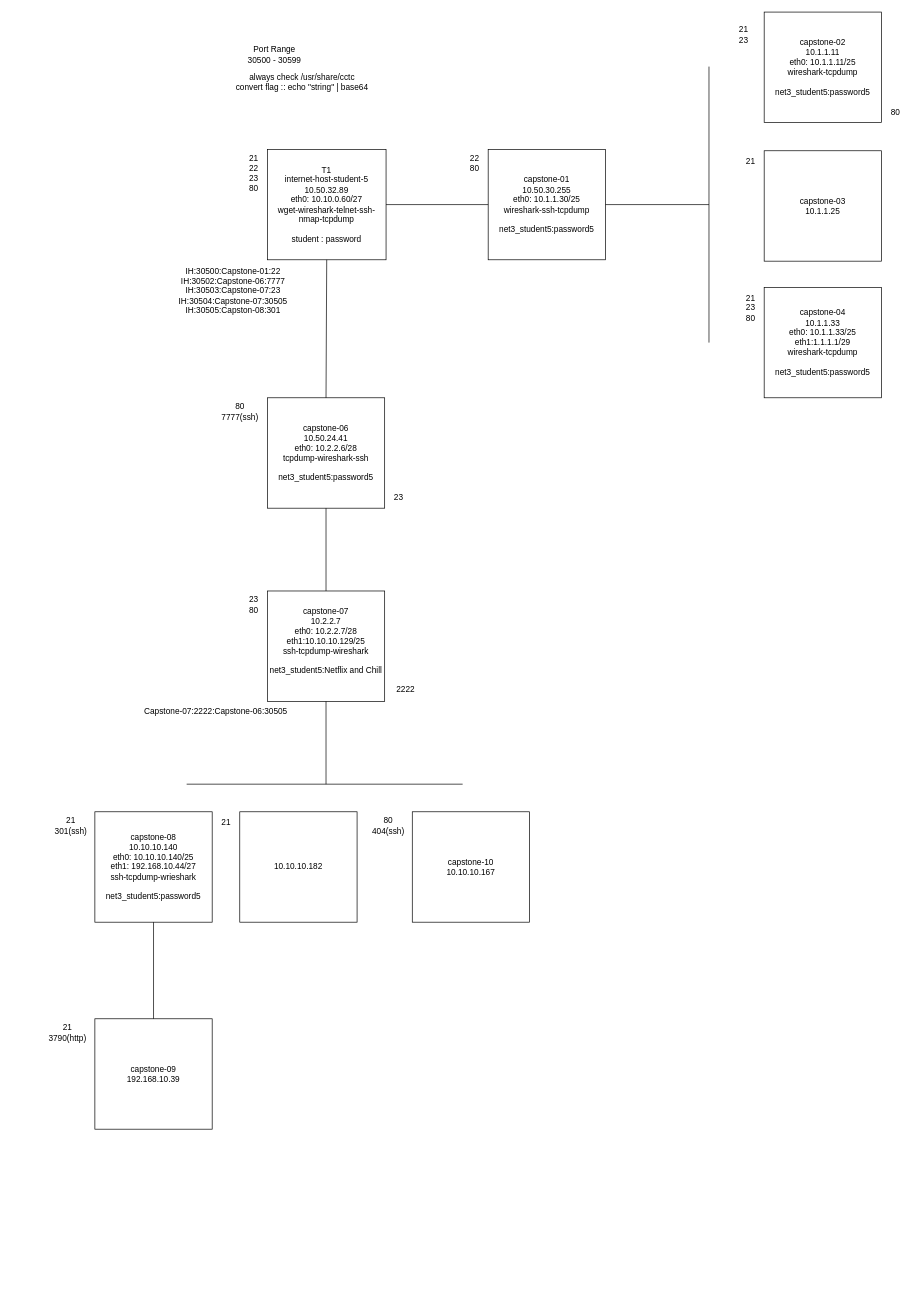
The draw.io diagram page "Page-5" (5 of 5) of Networking/Greenberg/Network Map.drawio in TheWaltuh/COSC-Notes, before the edit. Source tidied: cells renumbered, new cells numbered last; positions are measured from the earlier drawing's top-left corner, leaving out a move shared by most shapes. Both pictures are drawn from the tidied source at 69%, with x=0, y=0 at pixel (39, 12).
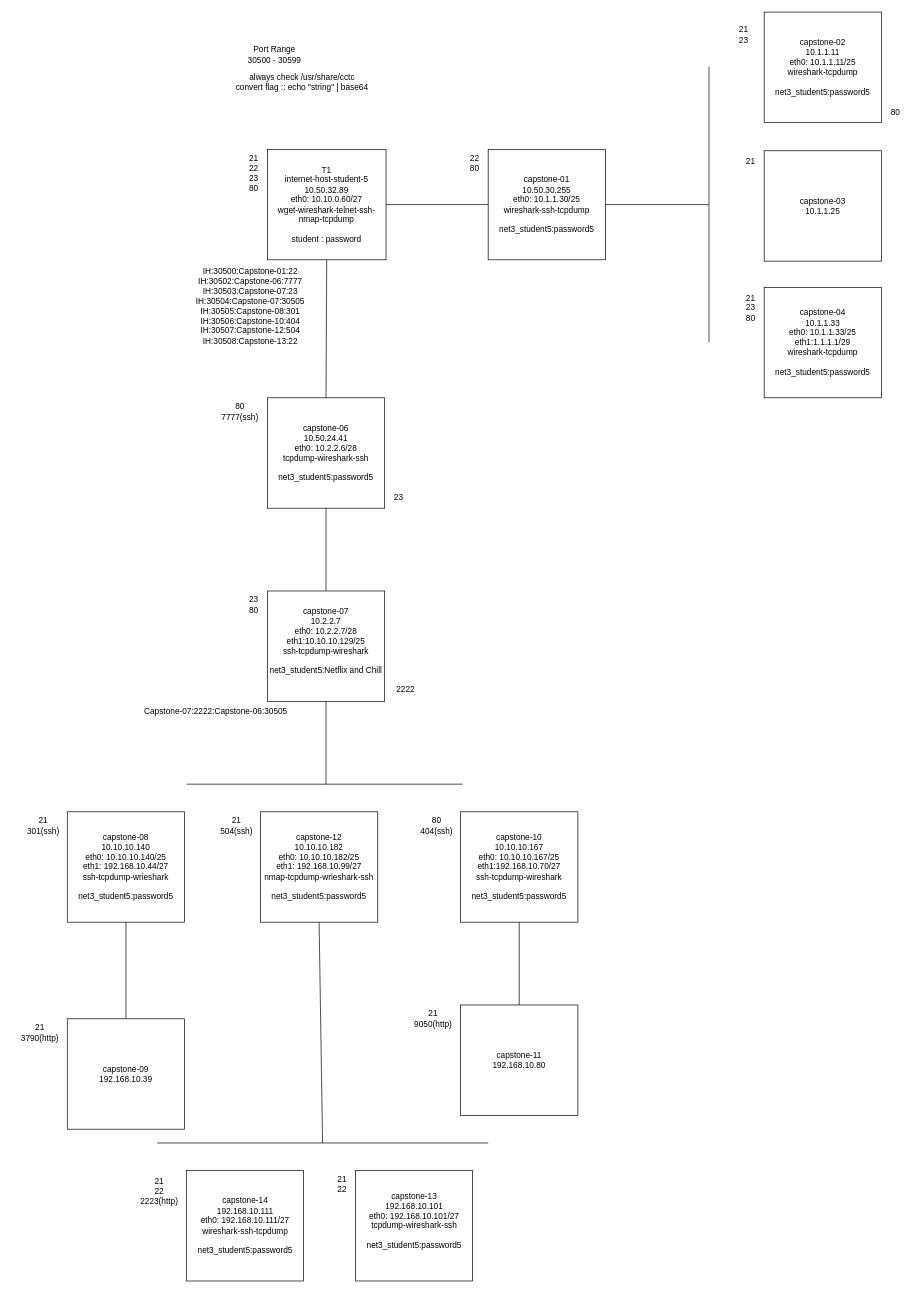
The same page after the edit.

The edit, as a diff of the source:
```diff
@@
-    <mxCell id="12" value="&lt;div&gt;IH:30500:Capstone-01:22&lt;/div&gt;&lt;div&gt;IH:30502:Capstone-06:7777&lt;/div&gt;&lt;div&gt;IH:30503:Capstone-07:23&lt;/div&gt;&lt;div&gt;IH:30504:Capstone-07:30505&lt;/div&gt;&lt;div&gt;IH:30505:Capston-08:301&lt;br&gt;&lt;/div&gt;" style="text;html=1;align=center;verticalAlign=middle;strokeColor=none;fillColor=none;" parent="1" vertex="1">
-      <mxGeometry x="190" y="359" width="180" height="90" as="geometry" />
+    <mxCell id="12" value="&lt;div&gt;IH:30500:Capstone-01:22&lt;/div&gt;&lt;div&gt;IH:30502:Capstone-06:7777&lt;/div&gt;&lt;div&gt;IH:30503:Capstone-07:23&lt;/div&gt;&lt;div&gt;IH:30504:Capstone-07:30505&lt;/div&gt;&lt;div&gt;IH:30505:Capstone-08:301&lt;/div&gt;&lt;div&gt;IH:30506:Capstone-10:404&lt;/div&gt;&lt;div&gt;IH:30507:Capstone-12:504&lt;/div&gt;&lt;div&gt;IH:30508:Capstone-13:22&lt;br&gt;&lt;/div&gt;" style="text;html=1;align=center;verticalAlign=middle;strokeColor=none;fillColor=none;" parent="1" vertex="1">
+      <mxGeometry x="215" y="361" width="180" height="130" as="geometry" />
     </mxCell>
@@
-    <mxCell id="27" value="10.10.10.182" style="whiteSpace=wrap;html=1;" parent="1" vertex="1">
-      <mxGeometry x="290" y="1159" width="170" height="160" as="geometry" />
+    <mxCell id="27" value="&lt;div&gt;capstone-12&lt;br&gt;&lt;/div&gt;&lt;div&gt;10.10.10.182&lt;/div&gt;&lt;div&gt;eth0: 10.10.10.182/25&lt;/div&gt;&lt;div&gt;eth1: 192.168.10.99/27&lt;br&gt;&lt;/div&gt;&lt;div&gt;nmap-tcpdump-wrieshark-ssh&lt;/div&gt;&lt;div&gt;&lt;br&gt;&lt;/div&gt;&lt;div&gt;net3_student5:password5&lt;br&gt;&lt;/div&gt;" style="whiteSpace=wrap;html=1;" parent="1" vertex="1">
+      <mxGeometry x="320" y="1159" width="170" height="160" as="geometry" />
     </mxCell>
     <mxCell id="28" value="&lt;div&gt;capstone-08&lt;br&gt;&lt;/div&gt;&lt;div&gt;10.10.10.140&lt;/div&gt;&lt;div&gt;eth0: 10.10.10.140/25&lt;/div&gt;&lt;div&gt;eth1: 192.168.10.44/27&lt;/div&gt;&lt;div&gt;ssh-tcpdump-wrieshark&lt;/div&gt;&lt;div&gt;&lt;br&gt;&lt;/div&gt;&lt;div&gt;net3_student5:password5&lt;br&gt;&lt;/div&gt;" style="whiteSpace=wrap;html=1;" parent="1" vertex="1">
-      <mxGeometry x="80" y="1159" width="170" height="160" as="geometry" />
+      <mxGeometry x="40" y="1159" width="170" height="160" as="geometry" />
     </mxCell>
@@
     <mxCell id="32" value="&lt;div&gt;21&lt;/div&gt;&lt;div&gt;301(ssh)&lt;br&gt;&lt;/div&gt;" style="text;html=1;align=center;verticalAlign=middle;strokeColor=none;fillColor=none;" parent="1" vertex="1">
-      <mxGeometry x="10" y="1159" width="70" height="40" as="geometry" />
+      <mxGeometry x="-30" y="1159" width="70" height="40" as="geometry" />
     </mxCell>
-    <mxCell id="33" value="21" style="text;html=1;align=center;verticalAlign=middle;strokeColor=none;fillColor=none;" parent="1" vertex="1">
-      <mxGeometry x="250" y="1159" width="40" height="30" as="geometry" />
+    <mxCell id="33" value="&lt;div&gt;21&lt;/div&gt;&lt;div&gt;504(ssh)&lt;br&gt;&lt;/div&gt;" style="text;html=1;align=center;verticalAlign=middle;strokeColor=none;fillColor=none;" parent="1" vertex="1">
+      <mxGeometry x="250" y="1159" width="70" height="40" as="geometry" />
     </mxCell>
     <mxCell id="34" value="&lt;div&gt;capstone-09&lt;br&gt;&lt;/div&gt;&lt;div&gt;192.168.10.39&lt;/div&gt;" style="whiteSpace=wrap;html=1;" parent="1" vertex="1">
-      <mxGeometry x="80" y="1459" width="170" height="160" as="geometry" />
+      <mxGeometry x="40" y="1459" width="170" height="160" as="geometry" />
     </mxCell>
@@
     <mxCell id="36" value="&lt;div&gt;21&lt;/div&gt;&lt;div&gt;3790(http)&lt;br&gt;&lt;/div&gt;" style="text;html=1;align=center;verticalAlign=middle;strokeColor=none;fillColor=none;" parent="1" vertex="1">
-      <mxGeometry y="1459" width="80" height="40" as="geometry" />
+      <mxGeometry x="-40" y="1459" width="80" height="40" as="geometry" />
     </mxCell>
-    <mxCell id="37" value="&lt;div&gt;capstone-10&lt;br&gt;&lt;/div&gt;&lt;div&gt;10.10.10.167&lt;/div&gt;" style="whiteSpace=wrap;html=1;" parent="1" vertex="1">
-      <mxGeometry x="540" y="1159" width="170" height="160" as="geometry" />
+    <mxCell id="37" value="&lt;div&gt;capstone-10&lt;br&gt;&lt;/div&gt;&lt;div&gt;10.10.10.167&lt;/div&gt;&lt;div&gt;eth0: 10.10.10.167/25&lt;/div&gt;&lt;div&gt;eth1:192.168.10.70/27&lt;br&gt;&lt;/div&gt;&lt;div&gt;ssh-tcpdump-wireshark&lt;/div&gt;&lt;div&gt;&lt;br&gt;&lt;/div&gt;&lt;div&gt;net3_student5:password5&lt;br&gt;&lt;/div&gt;" style="whiteSpace=wrap;html=1;" parent="1" vertex="1">
+      <mxGeometry x="610" y="1159" width="170" height="160" as="geometry" />
     </mxCell>
     <mxCell id="38" value="&lt;div&gt;80&lt;/div&gt;&lt;div&gt;404(ssh)&lt;br&gt;&lt;/div&gt;" style="text;html=1;align=center;verticalAlign=middle;strokeColor=none;fillColor=none;" parent="1" vertex="1">
-      <mxGeometry x="470" y="1159" width="70" height="40" as="geometry" />
+      <mxGeometry x="540" y="1159" width="70" height="40" as="geometry" />
     </mxCell>
+    <mxCell id="39" value="&lt;div&gt;capstone-11&lt;br&gt;&lt;/div&gt;&lt;div&gt;192.168.10.80&lt;/div&gt;" style="whiteSpace=wrap;html=1;" parent="1" vertex="1">
+      <mxGeometry x="610" y="1439" width="170" height="160" as="geometry" />
+    </mxCell>
+    <mxCell id="40" value="&lt;div&gt;21&lt;br&gt;&lt;/div&gt;&lt;div&gt;9050(http)&lt;/div&gt;" style="text;html=1;align=center;verticalAlign=middle;strokeColor=none;fillColor=none;" parent="1" vertex="1">
+      <mxGeometry x="530" y="1439" width="80" height="40" as="geometry" />
+    </mxCell>
+    <mxCell id="41" style="endArrow=none;html=1;rounded=0;entryX=0.5;entryY=1;entryDx=0;entryDy=0;exitX=0.5;exitY=0;exitDx=0;exitDy=0;" parent="1" edge="1" source="39" target="37">
+      <mxGeometry relative="1" as="geometry" />
+    </mxCell>
+    <mxCell id="42" value="&lt;div&gt;capstone-14&lt;br&gt;&lt;/div&gt;&lt;div&gt;192.168.10.111&lt;/div&gt;&lt;div&gt;eth0: 192.168.10.111/27&lt;br&gt;&lt;/div&gt;&lt;div&gt;wireshark-ssh-tcpdump&lt;/div&gt;&lt;div&gt;&lt;br&gt;&lt;/div&gt;&lt;div&gt;net3_student5:password5&lt;br&gt;&lt;/div&gt;" style="whiteSpace=wrap;html=1;" parent="1" vertex="1">
+      <mxGeometry x="212.5" y="1679" width="170" height="160" as="geometry" />
+    </mxCell>
+    <mxCell id="43" value="&lt;div&gt;capstone-13&lt;br&gt;&lt;/div&gt;&lt;div&gt;192.168.10.101&lt;/div&gt;&lt;div&gt;eth0: 192.168.10.101/27&lt;br&gt;&lt;/div&gt;&lt;div&gt;tcpdump-wireshark-ssh&lt;/div&gt;&lt;div&gt;&lt;br&gt;&lt;/div&gt;&lt;div&gt;net3_student5:password5&lt;/div&gt;&lt;div&gt;&lt;br&gt;&lt;/div&gt;" style="whiteSpace=wrap;html=1;" parent="1" vertex="1">
+      <mxGeometry x="457.5" y="1679" width="170" height="160" as="geometry" />
+    </mxCell>
+    <mxCell id="44" value="&lt;div&gt;21&lt;/div&gt;&lt;div&gt;22&lt;/div&gt;&lt;div&gt;2223(http)&lt;br&gt;&lt;/div&gt;" style="text;html=1;align=center;verticalAlign=middle;strokeColor=none;fillColor=none;" parent="1" vertex="1">
+      <mxGeometry x="132.5" y="1679" width="80" height="60" as="geometry" />
+    </mxCell>
+    <mxCell id="45" value="&lt;div&gt;21&lt;/div&gt;&lt;div&gt;22&lt;br&gt;&lt;/div&gt;" style="text;html=1;align=center;verticalAlign=middle;strokeColor=none;fillColor=none;" parent="1" vertex="1">
+      <mxGeometry x="417.5" y="1679" width="40" height="40" as="geometry" />
+    </mxCell>
+    <mxCell id="46" style="endArrow=none;html=1;rounded=0;entryX=0.5;entryY=1;entryDx=0;entryDy=0;" parent="1" edge="1" target="27">
+      <mxGeometry relative="1" as="geometry">
+        <mxPoint x="410" y="1639" as="sourcePoint" />
+      </mxGeometry>
+    </mxCell>
+    <mxCell id="47" style="endArrow=none;html=1;rounded=0;" parent="1" edge="1">
+      <mxGeometry relative="1" as="geometry">
+        <mxPoint x="170" y="1639" as="sourcePoint" />
+        <mxPoint x="650" y="1639" as="targetPoint" />
+      </mxGeometry>
+    </mxCell>
```
